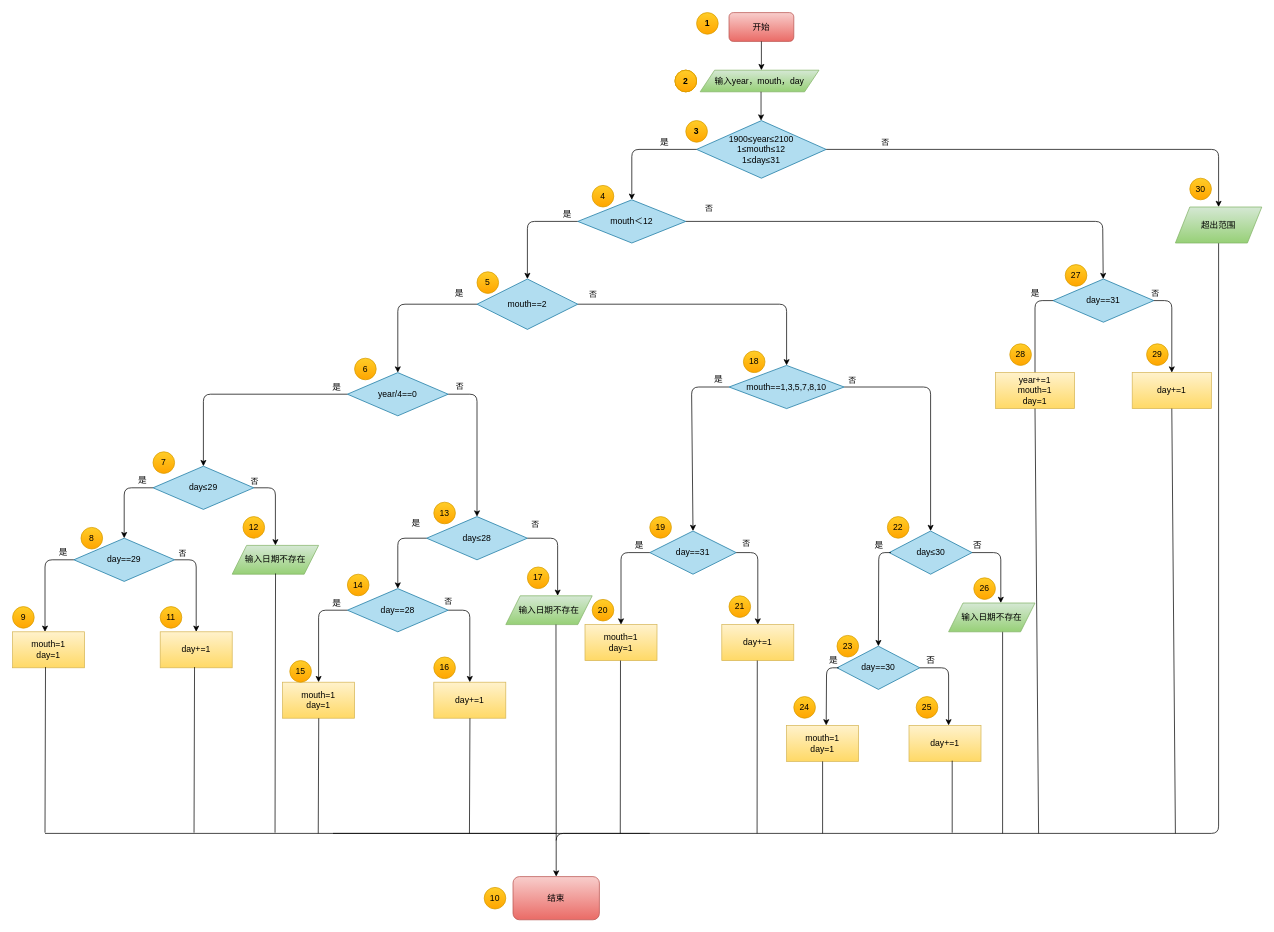
This is HelloGit/src/main/resources/Untitled Diagram.drawio from YUQILove/RepoOne, a draw.io file, before an edit. Source tidied: cells renumbered, new cells numbered last; positions are measured from the earlier drawing's top-left corner, leaving out a move shared by most shapes. Both pictures are drawn from the tidied source at 72%, with x=0, y=0 at pixel (12, 12).
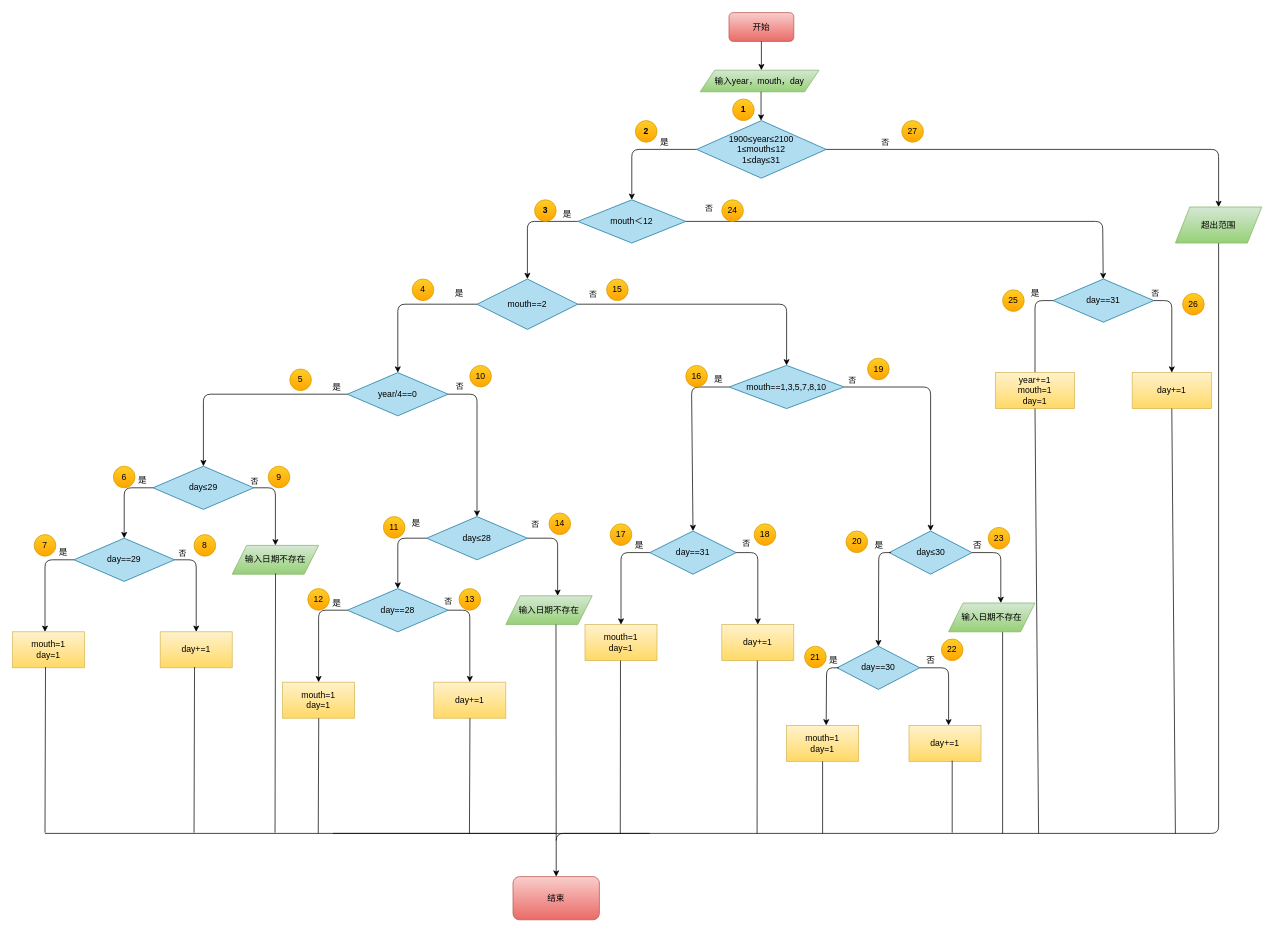
The same diagram, later.

The edit, as a diff of the source:
```diff
@@
-    <mxCell id="101" style="ellipse;whiteSpace=wrap;html=1;fillColor=#ffcd28;strokeColor=#d79b00;gradientColor=#ffa500;" parent="1" vertex="1">
-      <mxGeometry x="920" y="80" width="30" height="30" as="geometry" />
-    </mxCell>
@@
-    <mxCell id="103" style="ellipse;whiteSpace=wrap;html=1;fillColor=#ffcd28;strokeColor=#d79b00;gradientColor=#ffa500;" parent="1" vertex="1">
-      <mxGeometry x="920" y="80" width="30" height="30" as="geometry" />
-    </mxCell>
     <mxCell id="104" value="&lt;b&gt;2&lt;/b&gt;" style="ellipse;whiteSpace=wrap;html=1;fillColor=#ffcd28;strokeColor=#d79b00;gradientColor=#ffa500;" parent="1" vertex="1">
-      <mxGeometry x="920" y="80" width="30" height="30" as="geometry" />
+      <mxGeometry x="865" y="150" width="30" height="30" as="geometry" />
     </mxCell>
     <mxCell id="105" value="5" style="ellipse;whiteSpace=wrap;html=1;fillColor=#ffcd28;strokeColor=#d79b00;gradientColor=#ffa500;" parent="1" vertex="1">
-      <mxGeometry x="645" y="360" width="30" height="30" as="geometry" />
+      <mxGeometry x="385" y="495" width="30" height="30" as="geometry" />
     </mxCell>
     <mxCell id="106" value="4" style="ellipse;whiteSpace=wrap;html=1;fillColor=#ffcd28;strokeColor=#d79b00;gradientColor=#ffa500;" parent="1" vertex="1">
-      <mxGeometry x="805" y="240" width="30" height="30" as="geometry" />
+      <mxGeometry x="555" y="370" width="30" height="30" as="geometry" />
     </mxCell>
     <mxCell id="107" value="&lt;b&gt;3&lt;/b&gt;" style="ellipse;whiteSpace=wrap;html=1;fillColor=#ffcd28;strokeColor=#d79b00;gradientColor=#ffa500;" parent="1" vertex="1">
-      <mxGeometry x="935" y="150" width="30" height="30" as="geometry" />
+      <mxGeometry x="725" y="260" width="30" height="30" as="geometry" />
     </mxCell>
     <mxCell id="108" value="7" style="ellipse;whiteSpace=wrap;html=1;fillColor=#ffcd28;strokeColor=#d79b00;gradientColor=#ffa500;" parent="1" vertex="1">
-      <mxGeometry x="195" y="610" width="30" height="30" as="geometry" />
+      <mxGeometry x="30" y="725" width="30" height="30" as="geometry" />
     </mxCell>
     <mxCell id="109" value="6" style="ellipse;whiteSpace=wrap;html=1;fillColor=#ffcd28;strokeColor=#d79b00;gradientColor=#ffa500;" parent="1" vertex="1">
-      <mxGeometry x="475" y="480" width="30" height="30" as="geometry" />
+      <mxGeometry x="140" y="630" width="30" height="30" as="geometry" />
     </mxCell>
     <mxCell id="110" value="22" style="ellipse;whiteSpace=wrap;html=1;fillColor=#ffcd28;strokeColor=#d79b00;gradientColor=#ffa500;" parent="1" vertex="1">
-      <mxGeometry x="1215" y="700" width="30" height="30" as="geometry" />
+      <mxGeometry x="1290" y="870" width="30" height="30" as="geometry" />
     </mxCell>
     <mxCell id="111" value="18" style="ellipse;whiteSpace=wrap;html=1;fillColor=#ffcd28;strokeColor=#d79b00;gradientColor=#ffa500;" parent="1" vertex="1">
-      <mxGeometry x="1015" y="470" width="30" height="30" as="geometry" />
+      <mxGeometry x="1030" y="710" width="30" height="30" as="geometry" />
     </mxCell>
-    <mxCell id="112" value="29" style="ellipse;whiteSpace=wrap;html=1;fillColor=#ffcd28;strokeColor=#d79b00;gradientColor=#ffa500;" parent="1" vertex="1">
-      <mxGeometry x="1575" y="460" width="30" height="30" as="geometry" />
+    <mxCell id="112" value="27" style="ellipse;whiteSpace=wrap;html=1;fillColor=#ffcd28;strokeColor=#d79b00;gradientColor=#ffa500;" parent="1" vertex="1">
+      <mxGeometry x="1235" y="150" width="30" height="30" as="geometry" />
     </mxCell>
-    <mxCell id="113" value="28" style="ellipse;whiteSpace=wrap;html=1;fillColor=#ffcd28;strokeColor=#d79b00;gradientColor=#ffa500;" parent="1" vertex="1">
-      <mxGeometry x="1385" y="460" width="30" height="30" as="geometry" />
-    </mxCell>
-    <mxCell id="114" value="27" style="ellipse;whiteSpace=wrap;html=1;fillColor=#ffcd28;strokeColor=#d79b00;gradientColor=#ffa500;" parent="1" vertex="1">
-      <mxGeometry x="1462" y="350" width="30" height="30" as="geometry" />
-    </mxCell>
-    <mxCell id="115" value="30" style="ellipse;whiteSpace=wrap;html=1;fillColor=#ffcd28;strokeColor=#d79b00;gradientColor=#ffa500;" parent="1" vertex="1">
-      <mxGeometry x="1635" y="230" width="30" height="30" as="geometry" />
+    <mxCell id="115" value="10" style="ellipse;whiteSpace=wrap;html=1;fillColor=#ffcd28;strokeColor=#d79b00;gradientColor=#ffa500;" parent="1" vertex="1">
+      <mxGeometry x="635" y="490" width="30" height="30" as="geometry" />
     </mxCell>
     <mxCell id="116" value="20" style="ellipse;whiteSpace=wrap;html=1;fillColor=#ffcd28;strokeColor=#d79b00;gradientColor=#ffa500;" parent="1" vertex="1">
-      <mxGeometry x="805" y="815" width="30" height="30" as="geometry" />
+      <mxGeometry x="1157.5" y="720" width="30" height="30" as="geometry" />
     </mxCell>
     <mxCell id="117" value="16" style="ellipse;whiteSpace=wrap;html=1;fillColor=#ffcd28;strokeColor=#d79b00;gradientColor=#ffa500;" parent="1" vertex="1">
-      <mxGeometry x="585" y="895" width="30" height="30" as="geometry" />
+      <mxGeometry x="935" y="490" width="30" height="30" as="geometry" />
     </mxCell>
     <mxCell id="118" value="14" style="ellipse;whiteSpace=wrap;html=1;fillColor=#ffcd28;strokeColor=#d79b00;gradientColor=#ffa500;" parent="1" vertex="1">
-      <mxGeometry x="465" y="780" width="30" height="30" as="geometry" />
+      <mxGeometry x="745" y="695" width="30" height="30" as="geometry" />
     </mxCell>
     <mxCell id="119" value="17" style="ellipse;whiteSpace=wrap;html=1;fillColor=#ffcd28;strokeColor=#d79b00;gradientColor=#ffa500;" parent="1" vertex="1">
-      <mxGeometry x="715" y="770" width="30" height="30" as="geometry" />
+      <mxGeometry x="830" y="710" width="30" height="30" as="geometry" />
     </mxCell>
     <mxCell id="120" value="13" style="ellipse;whiteSpace=wrap;html=1;fillColor=#ffcd28;strokeColor=#d79b00;gradientColor=#ffa500;" parent="1" vertex="1">
-      <mxGeometry x="585" y="680" width="30" height="30" as="geometry" />
+      <mxGeometry x="620" y="800" width="30" height="30" as="geometry" />
     </mxCell>
     <mxCell id="121" value="19" style="ellipse;whiteSpace=wrap;html=1;fillColor=#ffcd28;strokeColor=#d79b00;gradientColor=#ffa500;" parent="1" vertex="1">
-      <mxGeometry x="885" y="700" width="30" height="30" as="geometry" />
+      <mxGeometry x="1187.5" y="480" width="30" height="30" as="geometry" />
     </mxCell>
     <mxCell id="122" value="24" style="ellipse;whiteSpace=wrap;html=1;fillColor=#ffcd28;strokeColor=#d79b00;gradientColor=#ffa500;" parent="1" vertex="1">
-      <mxGeometry x="1085" y="950" width="30" height="30" as="geometry" />
+      <mxGeometry x="985" y="260" width="30" height="30" as="geometry" />
     </mxCell>
     <mxCell id="123" value="26" style="ellipse;whiteSpace=wrap;html=1;fillColor=#ffcd28;strokeColor=#d79b00;gradientColor=#ffa500;" parent="1" vertex="1">
-      <mxGeometry x="1335" y="785" width="30" height="30" as="geometry" />
+      <mxGeometry x="1625" y="390" width="30" height="30" as="geometry" />
     </mxCell>
     <mxCell id="124" value="23" style="ellipse;whiteSpace=wrap;html=1;fillColor=#ffcd28;strokeColor=#d79b00;gradientColor=#ffa500;" parent="1" vertex="1">
-      <mxGeometry x="1145" y="865" width="30" height="30" as="geometry" />
+      <mxGeometry x="1355" y="715" width="30" height="30" as="geometry" />
     </mxCell>
     <mxCell id="125" value="8" style="ellipse;whiteSpace=wrap;html=1;fillColor=#ffcd28;strokeColor=#d79b00;gradientColor=#ffa500;" parent="1" vertex="1">
-      <mxGeometry x="95" y="715" width="30" height="30" as="geometry" />
+      <mxGeometry x="252" y="725" width="30" height="30" as="geometry" />
     </mxCell>
     <mxCell id="126" value="9" style="ellipse;whiteSpace=wrap;html=1;fillColor=#ffcd28;strokeColor=#d79b00;gradientColor=#ffa500;" parent="1" vertex="1">
-      <mxGeometry y="825" width="30" height="30" as="geometry" />
+      <mxGeometry x="355" y="630" width="30" height="30" as="geometry" />
     </mxCell>
     <mxCell id="127" value="21" style="ellipse;whiteSpace=wrap;html=1;fillColor=#ffcd28;strokeColor=#d79b00;gradientColor=#ffa500;" parent="1" vertex="1">
-      <mxGeometry x="995" y="810" width="30" height="30" as="geometry" />
+      <mxGeometry x="1100" y="880" width="30" height="30" as="geometry" />
     </mxCell>
-    <mxCell id="128" value="10" style="ellipse;whiteSpace=wrap;html=1;fillColor=#ffcd28;strokeColor=#d79b00;gradientColor=#ffa500;" parent="1" vertex="1">
-      <mxGeometry x="655" y="1215" width="30" height="30" as="geometry" />
-    </mxCell>
     <mxCell id="129" value="&lt;b&gt;1&lt;/b&gt;" style="ellipse;whiteSpace=wrap;html=1;fillColor=#ffcd28;strokeColor=#d79b00;gradientColor=#ffa500;" parent="1" vertex="1">
-      <mxGeometry x="950" width="30" height="30" as="geometry" />
+      <mxGeometry x="1000" y="120" width="30" height="30" as="geometry" />
     </mxCell>
     <mxCell id="130" value="11" style="ellipse;whiteSpace=wrap;html=1;fillColor=#ffcd28;strokeColor=#d79b00;gradientColor=#ffa500;" parent="1" vertex="1">
-      <mxGeometry x="205" y="825" width="30" height="30" as="geometry" />
+      <mxGeometry x="515" y="700" width="30" height="30" as="geometry" />
     </mxCell>
     <mxCell id="131" value="15" style="ellipse;whiteSpace=wrap;html=1;fillColor=#ffcd28;strokeColor=#d79b00;gradientColor=#ffa500;" parent="1" vertex="1">
-      <mxGeometry x="385" y="900" width="30" height="30" as="geometry" />
+      <mxGeometry x="825" y="370" width="30" height="30" as="geometry" />
     </mxCell>
     <mxCell id="132" value="25" style="ellipse;whiteSpace=wrap;html=1;fillColor=#ffcd28;strokeColor=#d79b00;gradientColor=#ffa500;" parent="1" vertex="1">
-      <mxGeometry x="1255" y="950" width="30" height="30" as="geometry" />
+      <mxGeometry x="1375" y="385" width="30" height="30" as="geometry" />
     </mxCell>
     <mxCell id="133" value="12" style="ellipse;whiteSpace=wrap;html=1;fillColor=#ffcd28;strokeColor=#d79b00;gradientColor=#ffa500;" parent="1" vertex="1">
-      <mxGeometry x="320" y="700" width="30" height="30" as="geometry" />
+      <mxGeometry x="410" y="800" width="30" height="30" as="geometry" />
     </mxCell>
```
